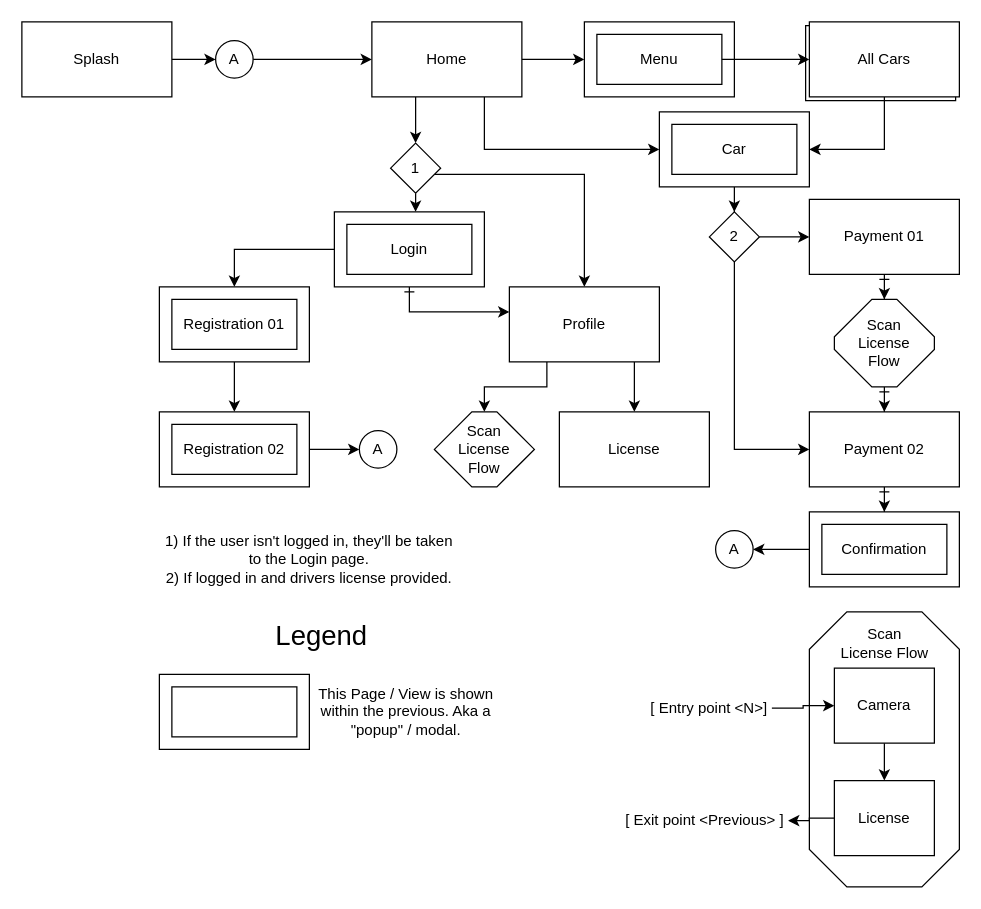
lilybw/MSD-GR6-REACT-NATIVE keeps this draw.io diagram as documentation/navigation.drawio. Above is the earlier version. Source tidied: cells renumbered, new cells numbered last; positions are measured from the earlier drawing's top-left corner, leaving out a move shared by most shapes. Both pictures are drawn from the tidied source at 125%, with x=0, y=0 at pixel (21, 21).
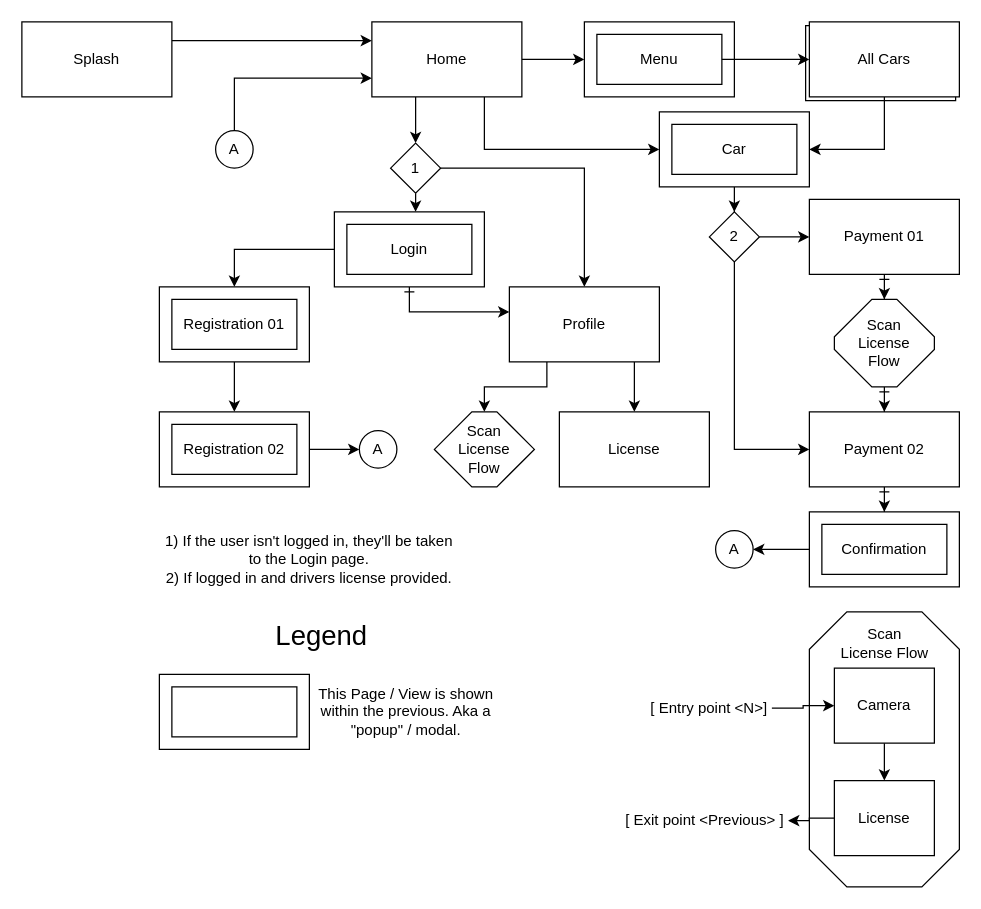
The same page after the edit.

Unchanged cells that the change refers to:
```xml
<mxCell id="5" value="Home" style="rounded=0;whiteSpace=wrap;html=1;" parent="1" vertex="1">
  <mxGeometry x="280" width="120" height="60" as="geometry" />
</mxCell>
<mxCell id="8" value="1" style="rhombus;whiteSpace=wrap;html=1;" parent="1" vertex="1">
  <mxGeometry x="295" y="97" width="40" height="40" as="geometry" />
</mxCell>
<mxCell id="16" value="Profile" style="rounded=0;whiteSpace=wrap;html=1;" parent="1" vertex="1">
  <mxGeometry x="390" y="212" width="120" height="60" as="geometry" />
</mxCell>
<mxCell id="64" value="Splash" style="rounded=0;whiteSpace=wrap;html=1;" parent="1" vertex="1">
  <mxGeometry width="120" height="60" as="geometry" />
</mxCell>
```

The edit, as a diff of the source:
```diff
@@
     <mxCell id="6" style="edgeStyle=orthogonalEdgeStyle;rounded=0;jettySize=auto;html=1;" parent="1" edge="1" source="8" target="16">
       <mxGeometry relative="1" as="geometry">
         <Array as="points">
-          <mxPoint x="450" y="122" />
+          <mxPoint x="450" y="117" />
         </Array>
       </mxGeometry>
     </mxCell>
@@
-    <mxCell id="35" style="edgeStyle=orthogonalEdgeStyle;rounded=0;jettySize=auto;html=1;" parent="1" edge="1" source="36" target="5">
-      <mxGeometry relative="1" as="geometry" />
+    <mxCell id="35" style="edgeStyle=orthogonalEdgeStyle;rounded=0;jettySize=auto;html=1;entryX=0;entryY=0.75;entryDx=0;entryDy=0;" parent="1" edge="1" source="36" target="5">
+      <mxGeometry relative="1" as="geometry">
+        <Array as="points">
+          <mxPoint x="170" y="45" />
+        </Array>
+      </mxGeometry>
     </mxCell>
     <mxCell id="36" value="A" style="ellipse;whiteSpace=wrap;html=1;" parent="1" vertex="1">
-      <mxGeometry x="155" y="15" width="30" height="30" as="geometry" />
+      <mxGeometry x="155" y="87" width="30" height="30" as="geometry" />
     </mxCell>
@@
-    <mxCell id="63" style="edgeStyle=none;html=1;exitX=1;exitY=0.5;exitDx=0;exitDy=0;" parent="1" edge="1" source="64" target="36">
+    <mxCell id="63" style="edgeStyle=none;html=1;exitX=1;exitY=0.25;exitDx=0;exitDy=0;entryX=0;entryY=0.25;entryDx=0;entryDy=0;" parent="1" edge="1" source="64" target="5">
       <mxGeometry relative="1" as="geometry" />
     </mxCell>
```
